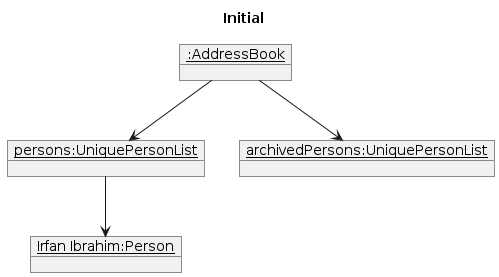
The PlantUML diagram diagrams/ArchiveCommandObjectDiagram0.png in AY2324S2-CS2103T-W09-3/tp, before a commit. Its source is kept beside it as diagrams/ArchiveCommandObjectDiagram0.puml.
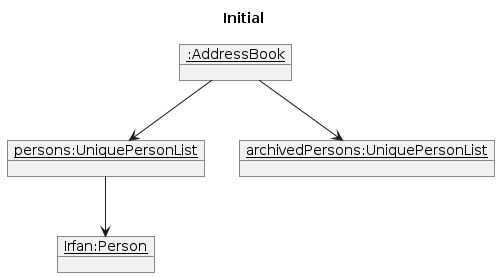
After the commit.

The edit, as a diff of the source:
```diff
@@ -8,7 +8,7 @@
 
 object "<u>archivedPersons:UniquePersonList</u>" as archivedPersonsObj
 
-object "<u>Irfan Ibrahim:Person</u>" as Irfan
+object "<u>Irfan:Person</u>" as Irfan
 
 addressBook -down-> personsObj
 addressBook -down-> archivedPersonsObj
```
